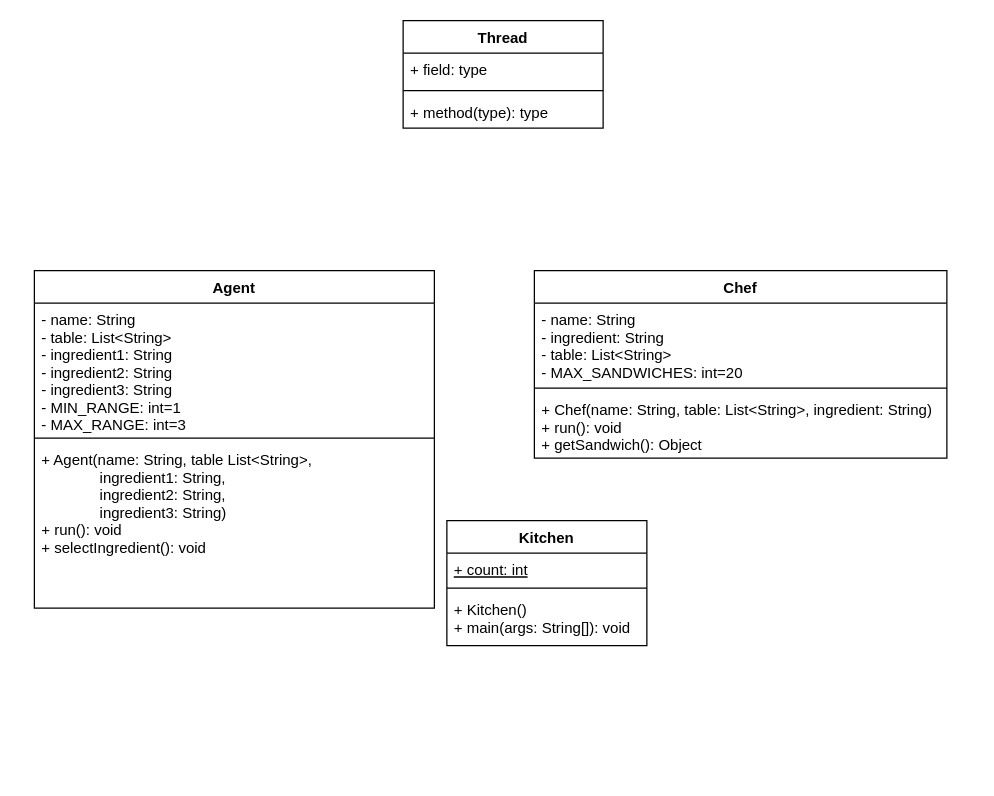
trong0dn/sandwich-problem keeps this draw.io diagram as UML-class.drawio. Above is the earlier version. Source tidied: cells renumbered, new cells numbered last; positions are measured from the earlier drawing's top-left corner, leaving out a move shared by most shapes. Both pictures are drawn from the tidied source at 125%, with x=0, y=0 at pixel (34, 20).
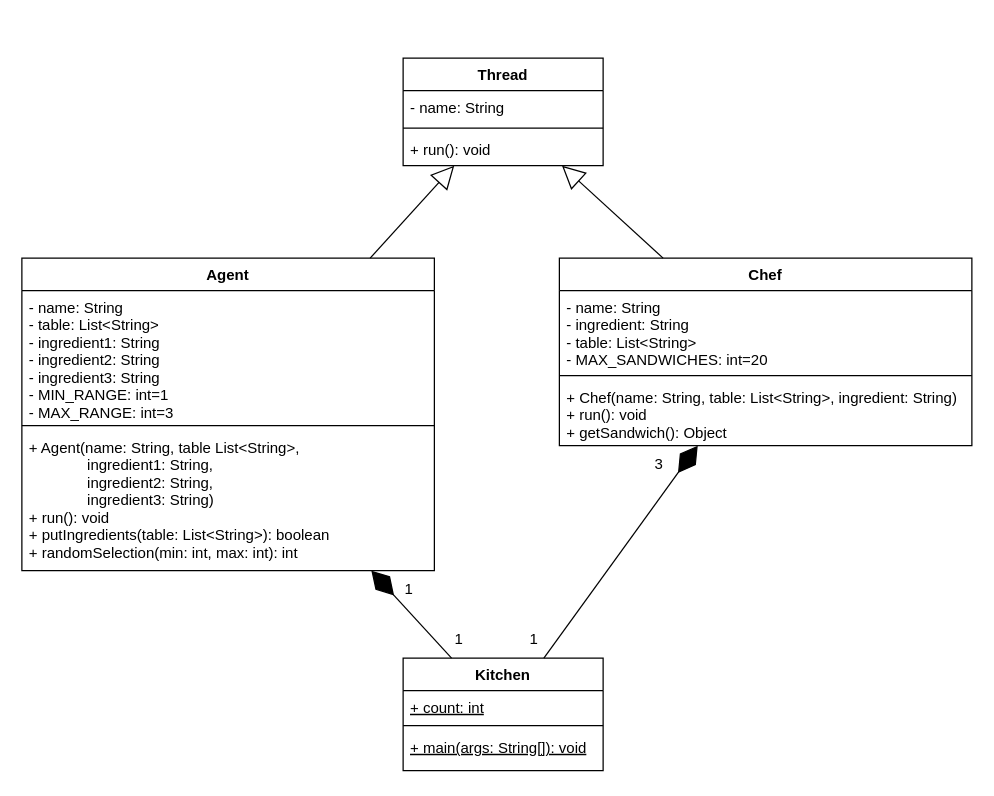
The same diagram, later.

The edit, as a diff of the source:
```diff
@@
     <mxCell id="2" value="Agent" style="swimlane;fontStyle=1;align=center;verticalAlign=top;horizontal=1;startSize=26;" parent="1" vertex="1">
-      <mxGeometry y="200" width="320" height="270" as="geometry" />
+      <mxGeometry x="-10" y="190" width="330" height="250" as="geometry" />
     </mxCell>
     <mxCell id="3" value="- name: String&#10;- table: List&lt;String&gt;&#10;- ingredient1: String&#10;- ingredient2: String&#10;- ingredient3: String&#10;- MIN_RANGE: int=1&#10;- MAX_RANGE: int=3" style="text;strokeColor=none;fillColor=none;align=left;verticalAlign=top;spacingLeft=4;spacingRight=4;overflow=hidden;" parent="2" vertex="1">
-      <mxGeometry y="26" width="320" height="104" as="geometry" />
+      <mxGeometry y="26" width="330" height="104" as="geometry" />
     </mxCell>
     <mxCell id="4" style="line;strokeWidth=1;fillColor=none;align=left;verticalAlign=middle;spacingTop=-1;spacingLeft=3;spacingRight=3;labelPosition=right;strokeColor=inherit;" parent="2" vertex="1">
-      <mxGeometry y="130" width="320" height="8" as="geometry" />
+      <mxGeometry y="130" width="330" height="8" as="geometry" />
     </mxCell>
-    <mxCell id="5" value="+ Agent(name: String, table List&lt;String&gt;, &#10;              ingredient1: String, &#10;              ingredient2: String, &#10;              ingredient3: String)&#10;+ run(): void&#10;+ selectIngredient(): void" style="text;strokeColor=none;fillColor=none;align=left;verticalAlign=top;spacingLeft=4;spacingRight=4;overflow=hidden;" parent="2" vertex="1">
-      <mxGeometry y="138" width="320" height="132" as="geometry" />
+    <mxCell id="5" value="+ Agent(name: String, table List&lt;String&gt;, &#10;              ingredient1: String, &#10;              ingredient2: String, &#10;              ingredient3: String)&#10;+ run(): void&#10;+ putIngredients(table: List&lt;String&gt;): boolean&#10;+ randomSelection(min: int, max: int): int" style="text;strokeColor=none;fillColor=none;align=left;verticalAlign=top;spacingLeft=4;spacingRight=4;overflow=hidden;" parent="2" vertex="1">
+      <mxGeometry y="138" width="330" height="112" as="geometry" />
     </mxCell>
     <mxCell id="6" value="Kitchen" style="swimlane;fontStyle=1;align=center;verticalAlign=top;horizontal=1;startSize=26;" parent="1" vertex="1">
-      <mxGeometry x="330" y="400" width="160" height="100" as="geometry" />
+      <mxGeometry x="295" y="510" width="160" height="90" as="geometry" />
     </mxCell>
@@
-    <mxCell id="9" value="+ Kitchen()&#10;+ main(args: String[]): void" style="text;strokeColor=none;fillColor=none;align=left;verticalAlign=top;spacingLeft=4;spacingRight=4;overflow=hidden;fontStyle=0;" parent="6" vertex="1">
-      <mxGeometry y="58" width="160" height="42" as="geometry" />
+    <mxCell id="9" value="+ main(args: String[]): void" style="text;strokeColor=none;fillColor=none;align=left;verticalAlign=top;spacingLeft=4;spacingRight=4;overflow=hidden;fontStyle=4;" parent="6" vertex="1">
+      <mxGeometry y="58" width="160" height="32" as="geometry" />
     </mxCell>
     <mxCell id="10" value="Chef" style="swimlane;fontStyle=1;align=center;verticalAlign=top;horizontal=1;startSize=26;" parent="1" vertex="1">
-      <mxGeometry x="400" y="200" width="330" height="150" as="geometry" />
+      <mxGeometry x="420" y="190" width="330" height="150" as="geometry" />
     </mxCell>
@@
     <mxCell id="14" value="Thread" style="swimlane;fontStyle=1;align=center;verticalAlign=top;horizontal=1;startSize=26;" parent="1" vertex="1">
-      <mxGeometry x="295" width="160" height="86" as="geometry" />
+      <mxGeometry x="295" y="30" width="160" height="86" as="geometry" />
     </mxCell>
-    <mxCell id="15" value="+ field: type" style="text;strokeColor=none;fillColor=none;align=left;verticalAlign=top;spacingLeft=4;spacingRight=4;overflow=hidden;" parent="14" vertex="1">
+    <mxCell id="15" value="- name: String" style="text;strokeColor=none;fillColor=none;align=left;verticalAlign=top;spacingLeft=4;spacingRight=4;overflow=hidden;" parent="14" vertex="1">
       <mxGeometry y="26" width="160" height="26" as="geometry" />
     </mxCell>
@@
-    <mxCell id="17" value="+ method(type): type" style="text;strokeColor=none;fillColor=none;align=left;verticalAlign=top;spacingLeft=4;spacingRight=4;overflow=hidden;" parent="14" vertex="1">
+    <mxCell id="17" value="+ run(): void" style="text;strokeColor=none;fillColor=none;align=left;verticalAlign=top;spacingLeft=4;spacingRight=4;overflow=hidden;" parent="14" vertex="1">
       <mxGeometry y="60" width="160" height="26" as="geometry" />
     </mxCell>
+    <mxCell id="18" style="endArrow=block;endSize=16;endFill=0;html=1;rounded=0;" parent="1" edge="1" source="2" target="14">
+      <mxGeometry relative="1" as="geometry" />
+    </mxCell>
+    <mxCell id="19" style="endArrow=block;endSize=16;endFill=0;html=1;rounded=0;" parent="1" edge="1" source="10" target="14">
+      <mxGeometry relative="1" as="geometry" />
+    </mxCell>
+    <mxCell id="20" style="endArrow=diamondThin;endFill=1;endSize=24;html=1;rounded=0;" parent="1" edge="1" source="6" target="10">
+      <mxGeometry relative="1" as="geometry" />
+    </mxCell>
+    <mxCell id="21" style="endArrow=diamondThin;endFill=1;endSize=24;html=1;rounded=0;" parent="1" edge="1" source="6" target="2">
+      <mxGeometry relative="1" as="geometry" />
+    </mxCell>
+    <mxCell id="22" value="1" style="text;html=1;strokeColor=none;fillColor=none;align=center;verticalAlign=middle;whiteSpace=wrap;rounded=0;" parent="1" vertex="1">
+      <mxGeometry x="280" y="440" width="40" height="30" as="geometry" />
+    </mxCell>
+    <mxCell id="23" value="1" style="text;html=1;strokeColor=none;fillColor=none;align=center;verticalAlign=middle;whiteSpace=wrap;rounded=0;" parent="1" vertex="1">
+      <mxGeometry x="320" y="480" width="40" height="30" as="geometry" />
+    </mxCell>
+    <mxCell id="24" value="1" style="text;html=1;strokeColor=none;fillColor=none;align=center;verticalAlign=middle;whiteSpace=wrap;rounded=0;" parent="1" vertex="1">
+      <mxGeometry x="380" y="480" width="40" height="30" as="geometry" />
+    </mxCell>
+    <mxCell id="25" value="3" style="text;html=1;strokeColor=none;fillColor=none;align=center;verticalAlign=middle;whiteSpace=wrap;rounded=0;" parent="1" vertex="1">
+      <mxGeometry x="480" y="340" width="40" height="30" as="geometry" />
+    </mxCell>
```
